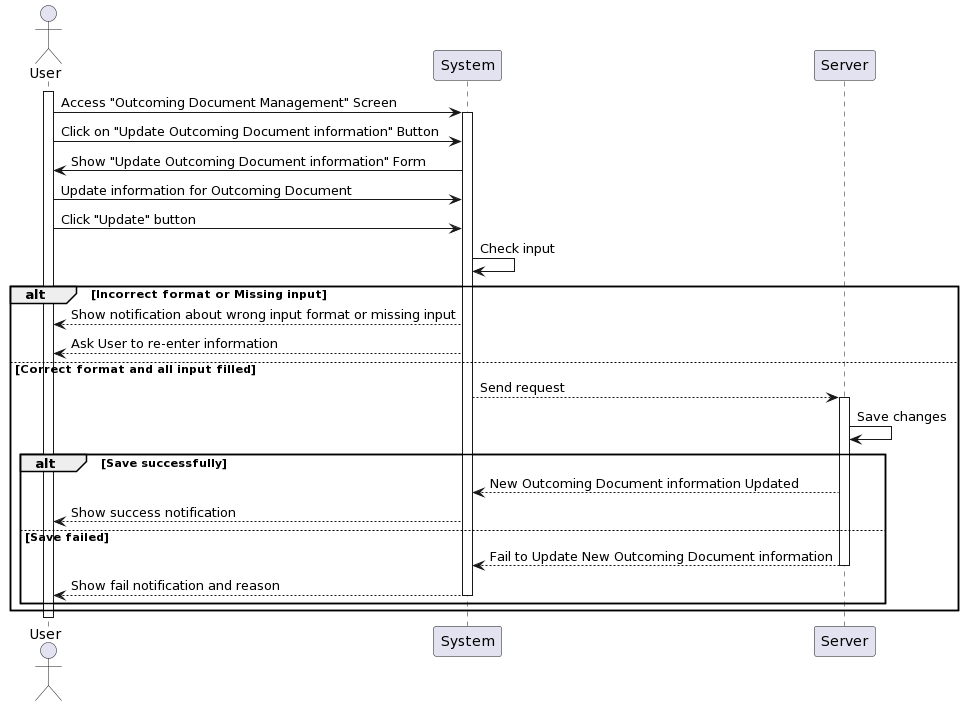
Above: Lab1/Lab1.2/SequenceDiagram/OutcomingDocument/UpdateOutcomingDocumentinformation/UpdateOutcomingDocumentinformation_SequenceDiagram.png in khoapham1003/SE357-Pratice-class (PlantUML), before the change.
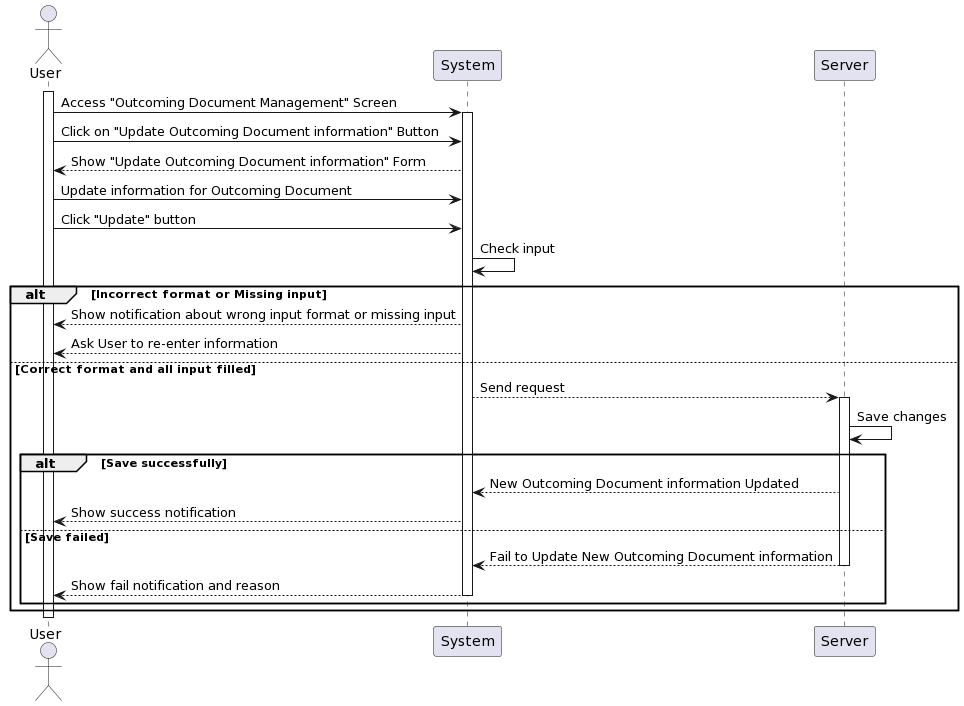
The same file after the commit.

Change to the diagram source:
```diff
@@ -7,7 +7,7 @@
 User -> System: Access "Outcoming Document Management" Screen
 activate System
 User -> System: Click on "Update Outcoming Document information" Button
-System -> User: Show "Update Outcoming Document information" Form
+System --> User: Show "Update Outcoming Document information" Form
 User -> System: Update information for Outcoming Document
 User -> System: Click "Update" button
 System -> System: Check input
```
